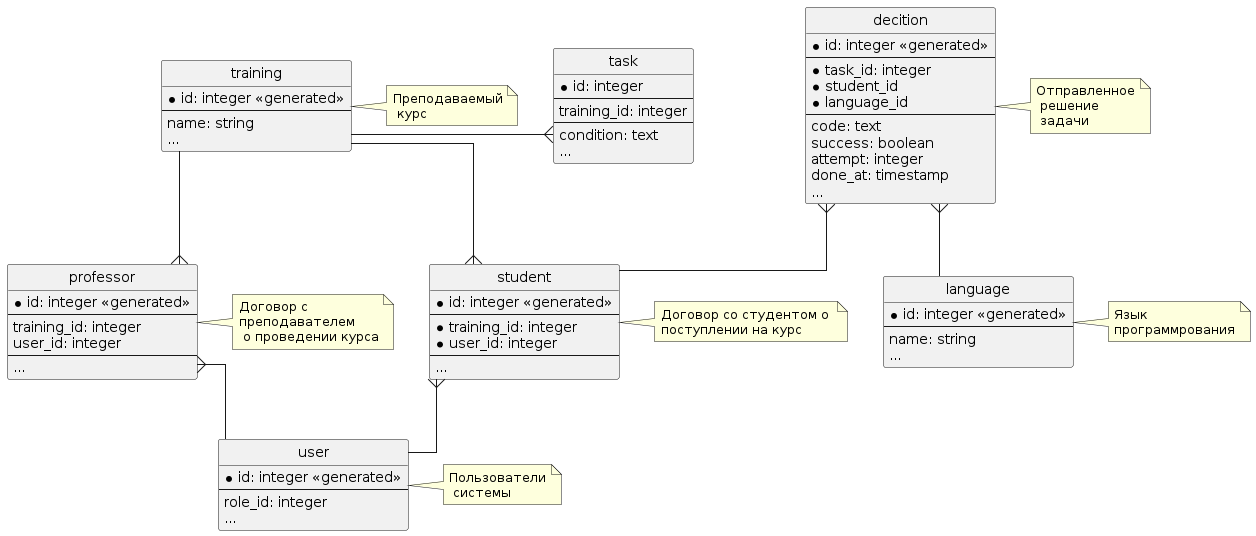
This is docs/dicisions/ADR-0002/wsd/ER Manager.png from inutcin/codecontest, a PlantUML export, as it was before one commit.
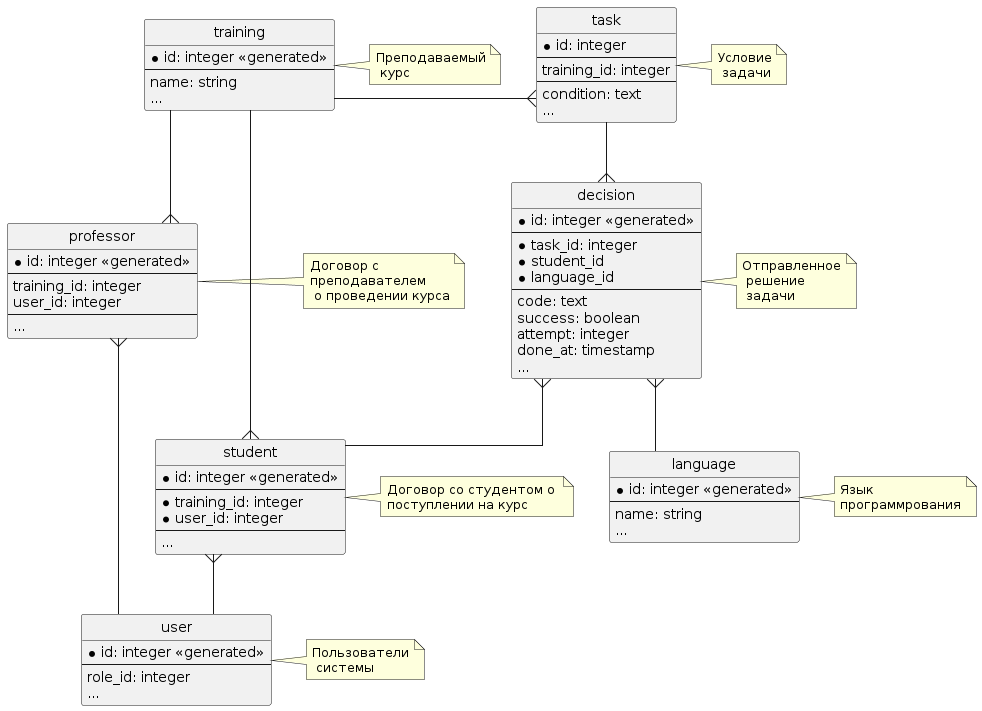
Above is the later version.

What changed in the source:
```diff
@@ -11,7 +11,7 @@
     ...
 }
 
-entity decition {
+entity decision {
     *id: integer <<generated>>
     --
     *task_id: integer
@@ -66,21 +66,22 @@
     ...
 }
 
-decition }-- student
+task --{ decision
+decision }-- student
 student }-u- training
 student }-- user
 professor }-u- training
 professor }-- user
-language -u-{ decition
+language -u-{ decision
 task }-l- training
 
 
 note right of student: Договор со студентом о \nпоступлении на курс
 note right of professor: Договор с \nпреподавателем\n о проведении курса
 note right of user: Пользователи\n системы
-note right of decition: Отправленное\n решение\n задачи
+note right of decision: Отправленное\n решение\n задачи
 note right of training: Преподаваемый\n курс
-
+note right of task: Условие\n задачи
 note right of language: Язык \nпрограммрования
 
 
```
